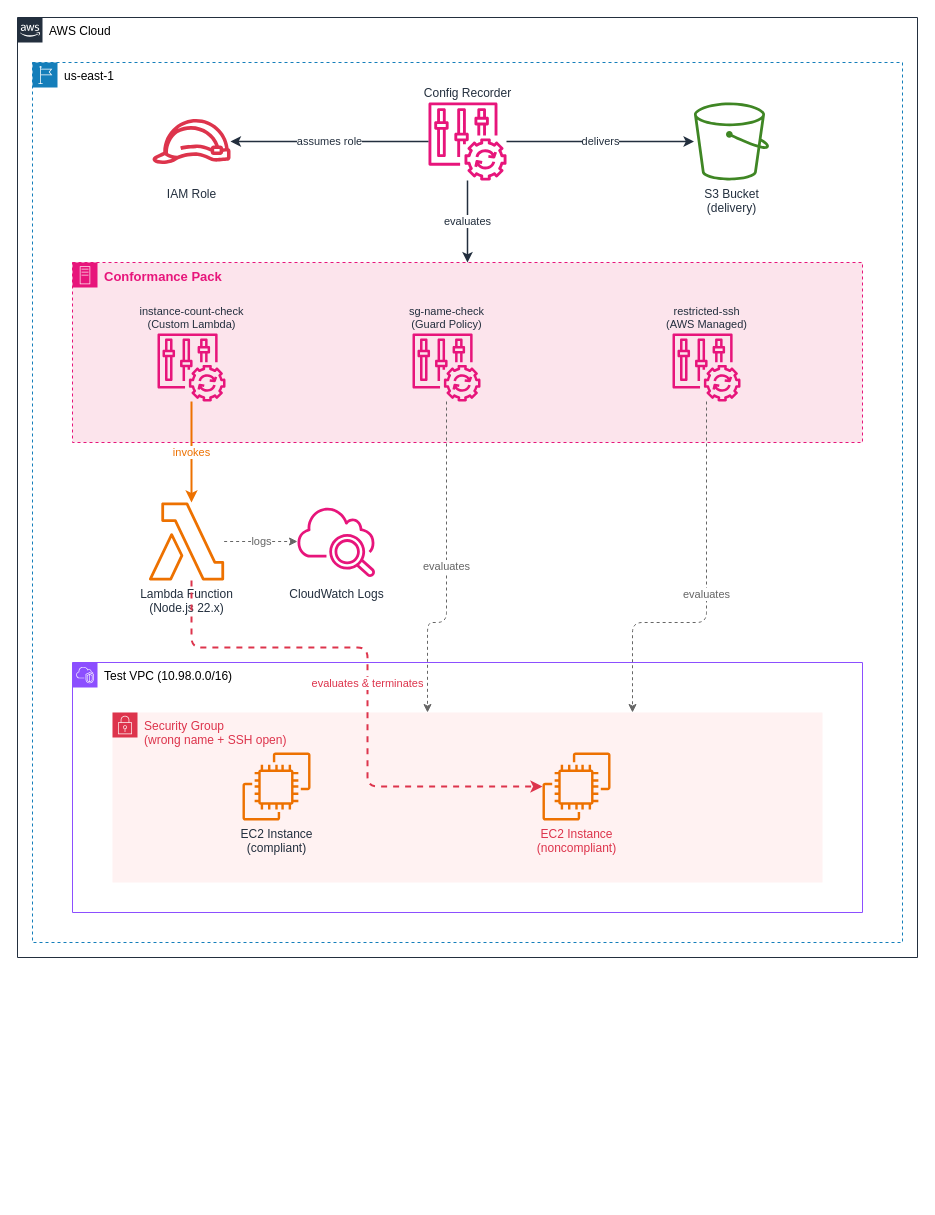
The draw.io diagram labs/02-custom-rules-conformance-packs/architecture.drawio in prasitstk/aws-security-hardening-labs, before the edit. Source tidied: cells renumbered, new cells numbered last; positions are measured from the earlier drawing's top-left corner, leaving out a move shared by most shapes. Both pictures are drawn from the tidied source at 100%, with x=0, y=0 at pixel (17, 17).
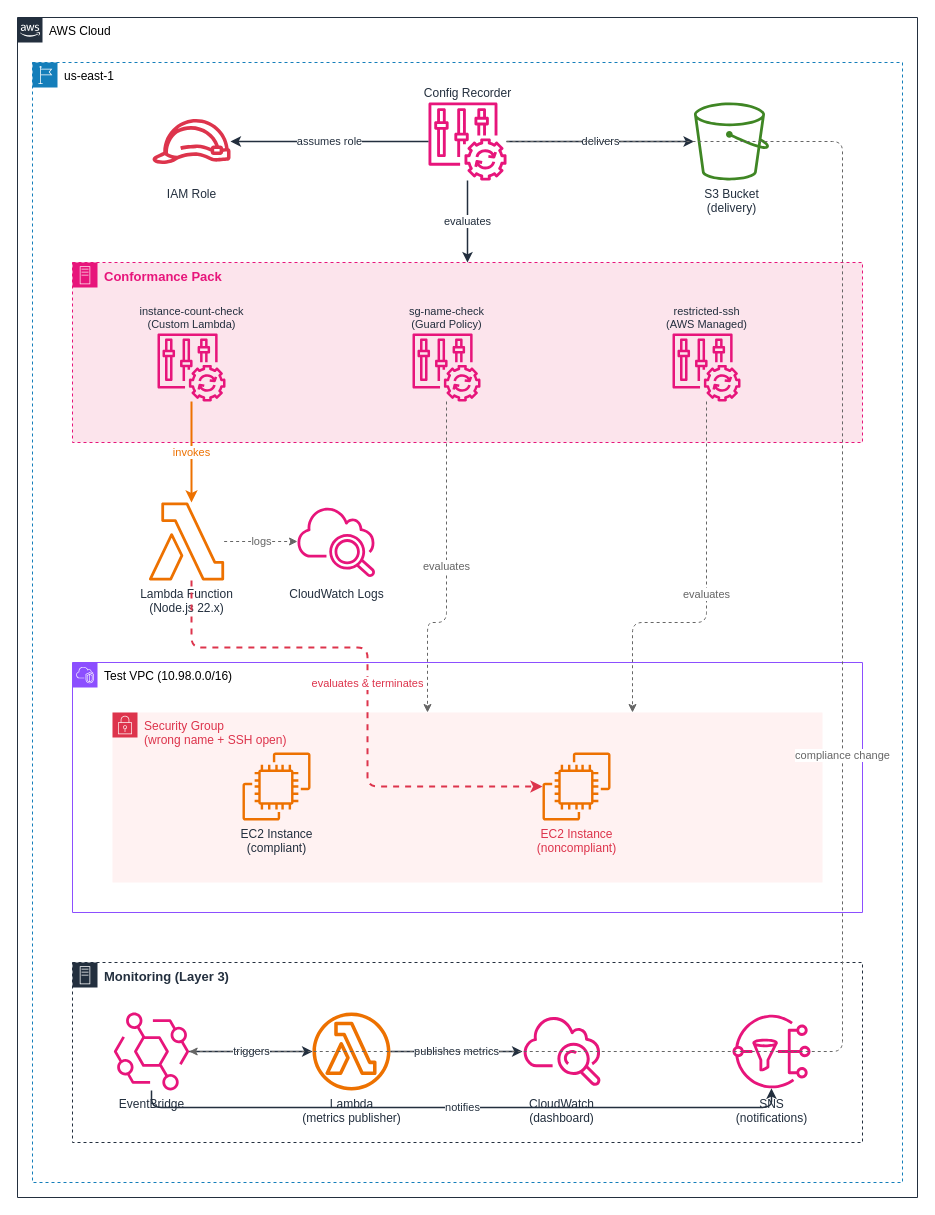
The same diagram, later.

Unchanged cells that the change refers to:
```xml
<mxCell id="5" value="Config Recorder" style="sketch=0;outlineConnect=0;fontColor=#232F3E;gradientColor=none;fillColor=#E7157B;strokeColor=none;dashed=0;verticalLabelPosition=top;verticalAlign=bottom;align=center;html=1;fontSize=12;fontStyle=0;shape=mxgraph.aws4.config;labelPosition=center;" parent="3" vertex="1">
  <mxGeometry x="396" y="40" width="78" height="78" as="geometry" />
</mxCell>
```

Diff of the diagram source:
```diff
@@
     <mxCell id="2" value="AWS Cloud" style="gradientColor=none;html=1;whiteSpace=wrap;fontSize=12;fontStyle=0;strokeColor=#232F3E;fillColor=none;shape=mxgraph.aws4.group;grIcon=mxgraph.aws4.group_aws_cloud_alt;verticalAlign=top;align=left;spacingLeft=30;dashed=0;" parent="1" vertex="1">
-      <mxGeometry width="900" height="940" as="geometry" />
+      <mxGeometry width="900" height="1180" as="geometry" />
     </mxCell>
     <mxCell id="3" value="us-east-1" style="gradientColor=none;html=1;whiteSpace=wrap;fontSize=12;fontStyle=0;strokeColor=#147EBA;fillColor=none;shape=mxgraph.aws4.group;grIcon=mxgraph.aws4.group_region;verticalAlign=top;align=left;spacingLeft=30;dashed=1;" parent="2" vertex="1">
-      <mxGeometry x="15" y="45" width="870" height="880" as="geometry" />
+      <mxGeometry x="15" y="45" width="870" height="1120" as="geometry" />
     </mxCell>
@@
+    <mxCell id="25" value="Monitoring (Layer 3)" style="gradientColor=none;html=1;whiteSpace=wrap;fontSize=13;fontStyle=1;strokeColor=#232F3E;fillColor=none;shape=mxgraph.aws4.group;grIcon=mxgraph.aws4.group_on_premise;verticalAlign=top;align=left;spacingLeft=30;dashed=1;fontColor=#232F3E;" parent="3" vertex="1">
+      <mxGeometry x="40" y="900" width="790" height="180" as="geometry" />
+    </mxCell>
+    <mxCell id="26" value="EventBridge" style="sketch=0;outlineConnect=0;fontColor=#232F3E;gradientColor=none;fillColor=#E7157B;strokeColor=none;dashed=0;verticalLabelPosition=bottom;verticalAlign=top;align=center;html=1;fontSize=12;fontStyle=0;shape=mxgraph.aws4.eventbridge;" parent="25" vertex="1">
+      <mxGeometry x="40" y="50" width="78" height="78" as="geometry" />
+    </mxCell>
+    <mxCell id="27" value="Lambda&lt;br&gt;(metrics publisher)" style="sketch=0;outlineConnect=0;fontColor=#232F3E;gradientColor=none;fillColor=#ED7100;strokeColor=none;dashed=0;verticalLabelPosition=bottom;verticalAlign=top;align=center;html=1;fontSize=12;fontStyle=0;shape=mxgraph.aws4.lambda_function;" parent="25" vertex="1">
+      <mxGeometry x="240" y="50" width="78" height="78" as="geometry" />
+    </mxCell>
+    <mxCell id="28" value="CloudWatch&lt;br&gt;(dashboard)" style="sketch=0;outlineConnect=0;fontColor=#232F3E;gradientColor=none;fillColor=#E7157B;strokeColor=none;dashed=0;verticalLabelPosition=bottom;verticalAlign=top;align=center;html=1;fontSize=12;fontStyle=0;shape=mxgraph.aws4.cloudwatch;" parent="25" vertex="1">
+      <mxGeometry x="450" y="50" width="78" height="78" as="geometry" />
+    </mxCell>
+    <mxCell id="29" value="SNS&lt;br&gt;(notifications)" style="sketch=0;outlineConnect=0;fontColor=#232F3E;gradientColor=none;fillColor=#E7157B;strokeColor=none;dashed=0;verticalLabelPosition=bottom;verticalAlign=top;align=center;html=1;fontSize=12;fontStyle=0;shape=mxgraph.aws4.sns;" parent="25" vertex="1">
+      <mxGeometry x="660" y="50" width="78" height="78" as="geometry" />
+    </mxCell>
+    <mxCell id="30" value="triggers" style="edgeStyle=orthogonalEdgeStyle;rounded=1;jettySize=auto;html=1;strokeColor=#232F3E;strokeWidth=1.5;fontSize=11;fontColor=#232F3E;" parent="25" edge="1" source="26" target="27">
+      <mxGeometry relative="1" as="geometry" />
+    </mxCell>
+    <mxCell id="31" value="publishes metrics" style="edgeStyle=orthogonalEdgeStyle;rounded=1;jettySize=auto;html=1;strokeColor=#232F3E;strokeWidth=1.5;fontSize=11;fontColor=#232F3E;" parent="25" edge="1" source="27" target="28">
+      <mxGeometry relative="1" as="geometry" />
+    </mxCell>
+    <mxCell id="32" value="notifies" style="edgeStyle=orthogonalEdgeStyle;rounded=1;jettySize=auto;html=1;strokeColor=#232F3E;strokeWidth=1.5;fontSize=11;fontColor=#232F3E;" parent="25" edge="1" source="26" target="29">
+      <mxGeometry relative="1" as="geometry">
+        <Array as="points">
+          <mxPoint x="79" y="145" />
+          <mxPoint x="699" y="145" />
+        </Array>
+      </mxGeometry>
+    </mxCell>
+    <mxCell id="33" value="compliance change" style="edgeStyle=orthogonalEdgeStyle;rounded=1;jettySize=auto;html=1;strokeColor=#666666;strokeWidth=1;dashed=1;fontSize=11;fontColor=#666666;" parent="3" edge="1" source="5" target="26">
+      <mxGeometry relative="1" as="geometry">
+        <Array as="points">
+          <mxPoint x="810" y="79" />
+          <mxPoint x="810" y="989" />
+        </Array>
+      </mxGeometry>
+    </mxCell>
```
